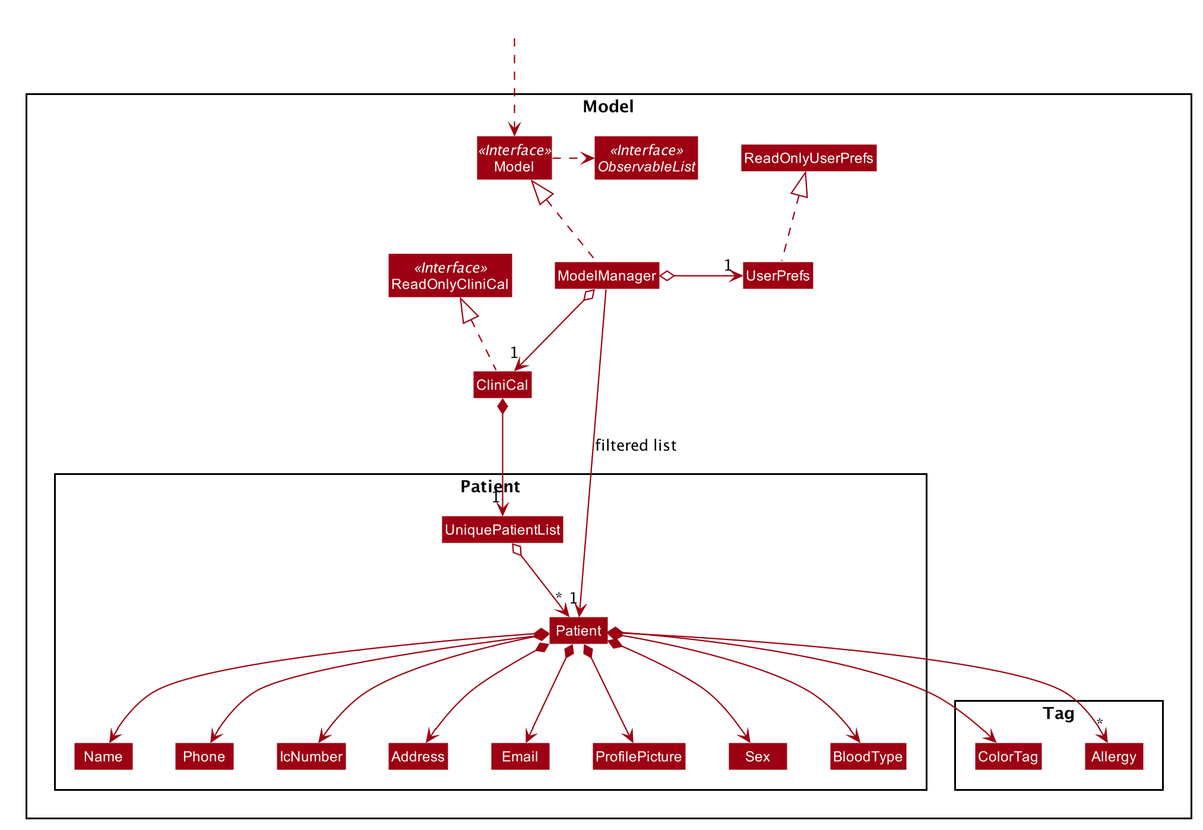
Above: docs/images/ModelClassDiagram.png in nus-cs2103-AY2021S1/tp (PlantUML), before the change. Its diagram source:
```plantuml
@startuml








skinparam BackgroundColor #FFFFFFF

skinparam Shadowing false

skinparam Class {
    FontColor #FFFFFF
    BorderThickness 1
    BorderColor #FFFFFF
    StereotypeFontColor #FFFFFF
    FontName Arial
}

skinparam Actor {
    BorderColor #000000
    Color #000000
    FontName Arial
}

skinparam Sequence {
    MessageAlign center
    BoxFontSize 15
    BoxPadding 0
    BoxFontColor #FFFFFF
    FontName Arial
}

skinparam Participant {
    FontColor #FFFFFFF
    Padding 20
}

skinparam MinClassWidth 50
skinparam ParticipantPadding 10
skinparam Shadowing false
skinparam DefaultTextAlignment center
skinparam packageStyle Rectangle

hide footbox
hide members
hide circle
skinparam arrowThickness 1.1
skinparam arrowColor #9D0012
skinparam classBackgroundColor #9D0012

Package Model <<Rectangle>>{
Interface ReadOnlyCliniCal <<Interface>>
Interface Model <<Interface>>
Interface ObservableList <<Interface>>
Class CliniCal
Class ReadOnlyCliniCal
Class Model
Class ModelManager
Class UserPrefs
Class ReadOnlyUserPrefs

Package Patient {
Class Patient
Class Name
Class Phone
Class IcNumber
Class Address
Class Email
Class ProfilePicture
Class Sex
Class BloodType
Class UniquePatientList
}

Package Tag {
Class ColorTag
Class Allergy
}
}

Class HiddenOutside #FFFFFF
HiddenOutside ..> Model

CliniCal .up.|> ReadOnlyCliniCal

ModelManager .up.|> Model
Model .right.> ObservableList
ModelManager o--> "1" CliniCal
ModelManager o-right-> "1" UserPrefs
UserPrefs .up.|> ReadOnlyUserPrefs

CliniCal *--> "1" UniquePatientList
UniquePatientList o--> "*" Patient
Patient *--> Name
Patient *--> Phone
Patient *--> IcNumber
Patient *--> Address
Patient *--> Email
Patient *--> ProfilePicture
Patient *--> Sex
Patient *--> BloodType
Patient *--> "*" Allergy
Patient *--> ColorTag

Name -[hidden]right-> Phone
Phone -[hidden]right-> IcNumber
IcNumber -[hidden]right-> Address
Address -[hidden]right-> Email
Email -[hidden]right-> ProfilePicture
ProfilePicture -[hidden]right-> Sex
Sex -[hidden]right-> BloodType
Allergy -[hidden]right-> BloodType

ModelManager -->"1" Patient : filtered list
@enduml
```
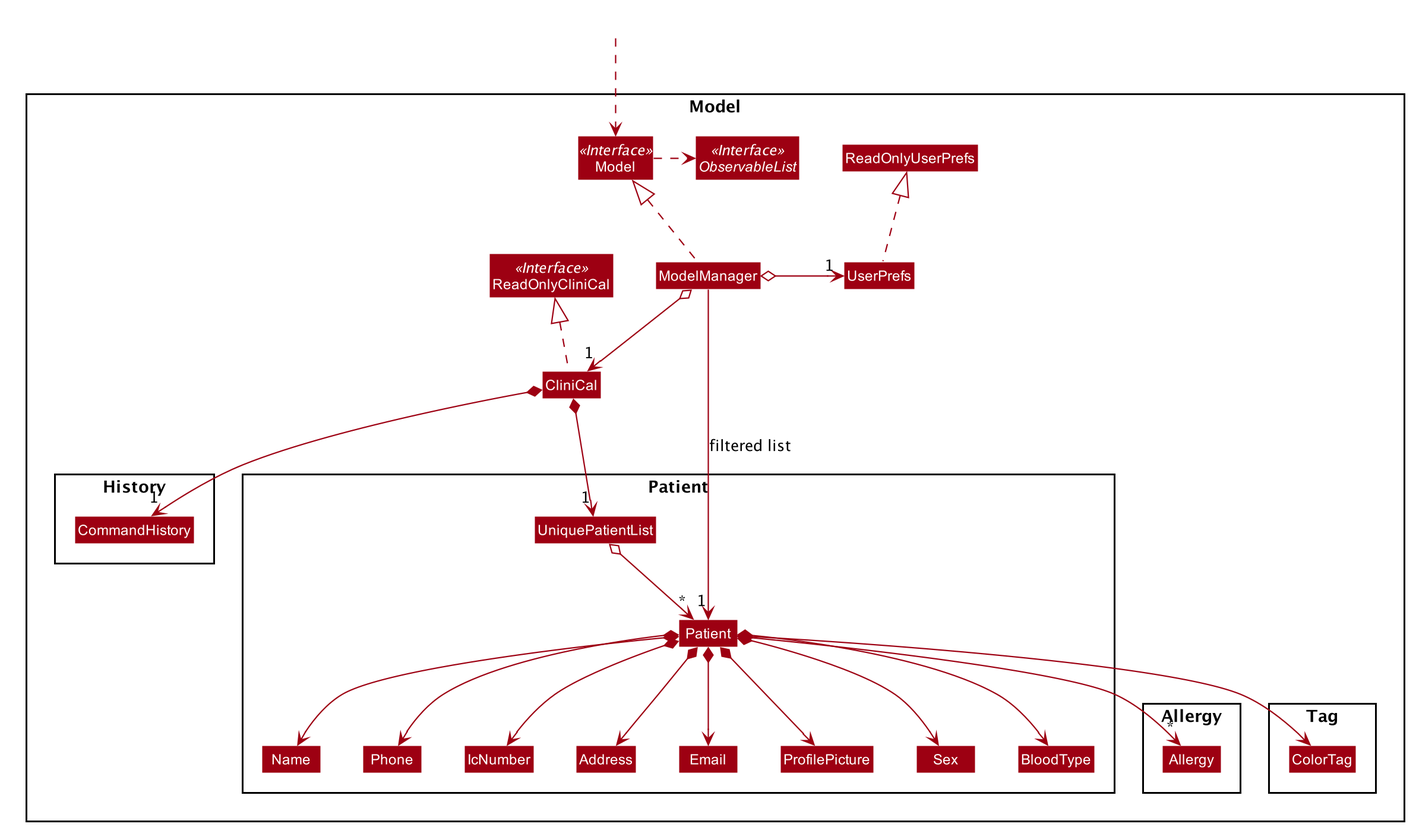
Above is the later version.

Commit message:
Add use cases for HistoryCommand and ClearHistoryCommand

Change to the diagram source:
```diff
@@ -77,7 +77,14 @@
 
 Package Tag {
 Class ColorTag
+}
+
+Package Allergy {
 Class Allergy
+}
+
+Package History {
+Class CommandHistory
 }
 }
 
@@ -93,6 +100,7 @@
 UserPrefs .up.|> ReadOnlyUserPrefs
 
 CliniCal *--> "1" UniquePatientList
+CliniCal *--> "1" CommandHistory
 UniquePatientList o--> "*" Patient
 Patient *--> Name
 Patient *--> Phone
```
